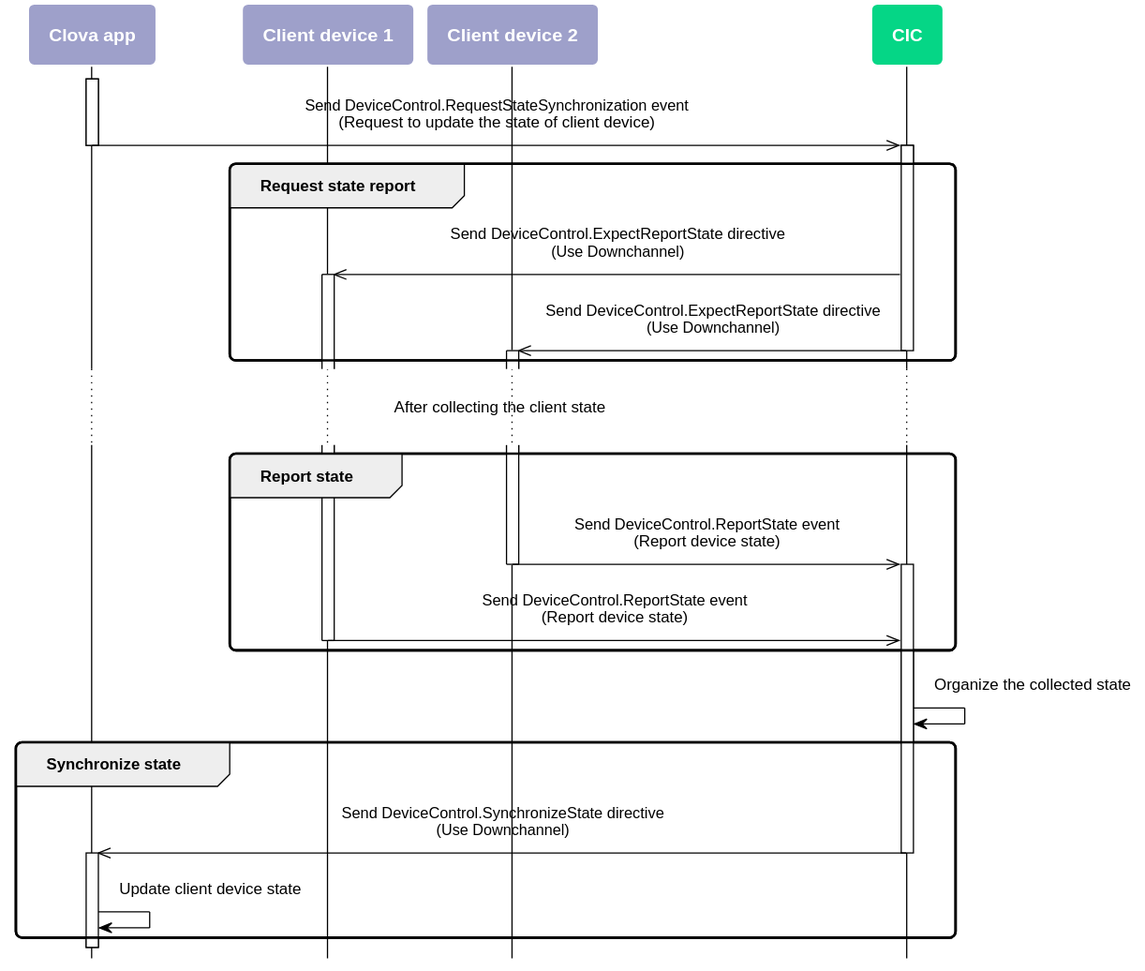
Earlier version of the PlantUML export en-KR/Develop/Assets/Images/CIC_DeviceControl_Work_Flow2.svg (muchokwon/clova-client-developer-guide).
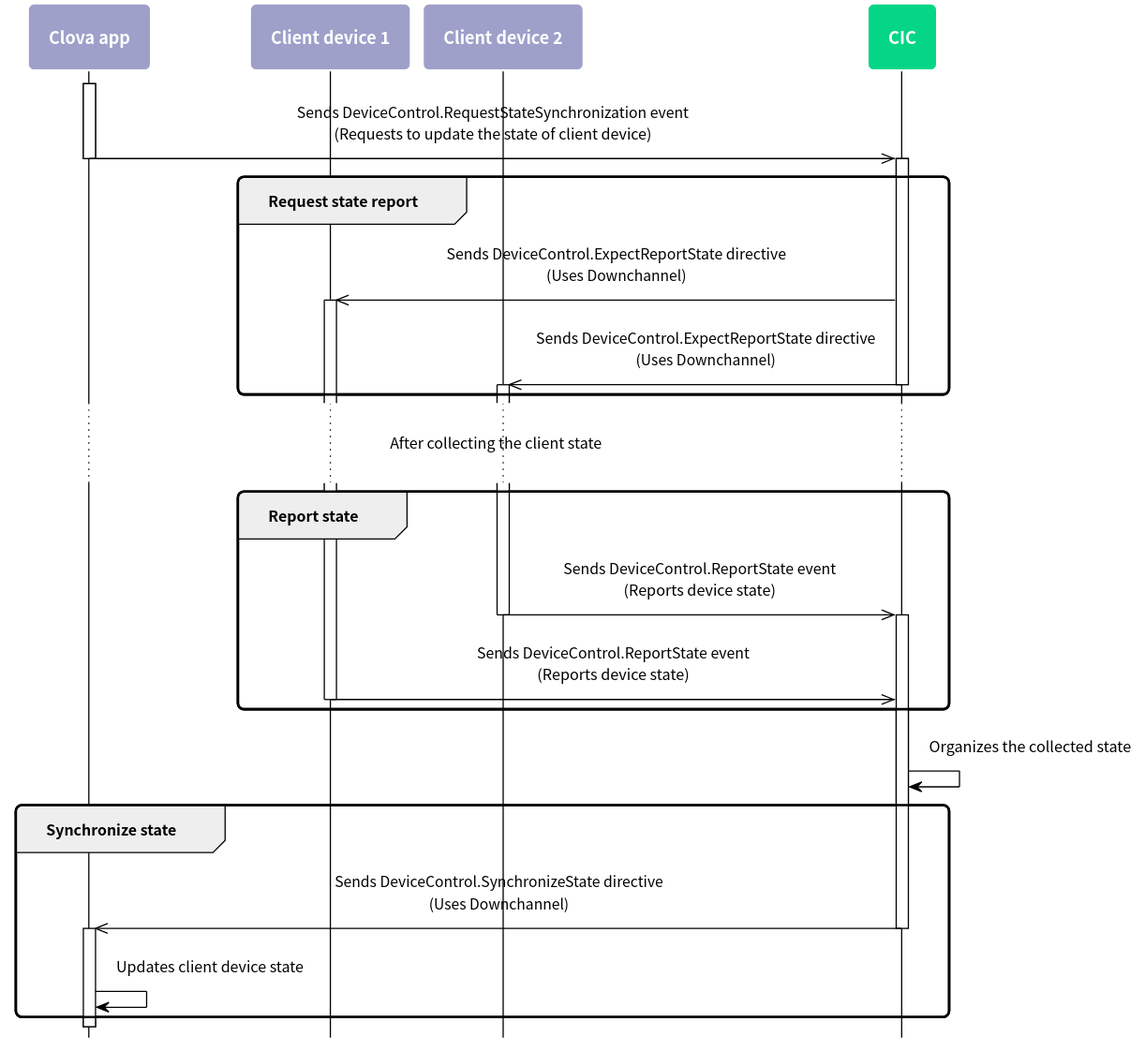
Above is the later version.

Diff of the diagram source:
```diff
@@ -5,31 +5,49 @@
 skinparam roundcorner 10
 skinparam padding 10
 skinparam defaultFontSize 12
+skinparam defaultFontName "Noto Sans CJK KR"
+
+skinparam note {
+  BackgroundColor #9EA0CA
+  BorderColor #ffffff
+  FontColor #ffffff
+  FontSize 14
+  FontStyle bold
+}
+
 skinparam sequence {
-	ArrowColor #000000
-	ActorBorderColor #000000
-	ActorFontStyle Bolder
+  ArrowColor #000000
+  ActorBorderColor #000000
+  ActorFontStyle Bolder
 
-	LifeLineBorderColor #000000
-	LifeLineBackgroundColor transparent
-	ParticipantBorderColor transparent
-	ParticipantFontSize 14
-	ParticipantFontColor #ffffff
-	ParticipantFontStyle bold
 
-	BoxBorderColor #000000
-	BoxFontColor #ffffff
+  LifeLineBorderColor #000000
+  LifeLineBackgroundColor transparent
+  ParticipantBorderColor transparent
+  ParticipantFontSize 14
+  ParticipantFontColor #ffffff
+  ParticipantFontStyle bold
+
+  BoxBorderColor #000000
+  BoxFontColor #ffffff
     BoxFontSize 14
     BoxFontStyle bold
 }
-skinparam note {
-	BackgroundColor #9EA0CA
-	BorderColor #ffffff
-	FontColor #ffffff
-	FontSize 14
-	FontStyle bold
+hide footbox
+
+skinparam activity {
+  BackgroundColor #9EA0CA
+  BarColor #ffffff
+  BorderColor #ffffff
+  DiamondBackgroundColor #05D686
+  DiamondBorderColor #ffffff
+  DiamondFontColor #ffffff
+  DiamondFontSize 14
+  DiamondFontStyle bold
+  FontColor #ffffff
+  FontSize 14
+  FontStyle bold
 }
-hide footbox
 
 participant "Clova app" as ca #9EA0CA
 participant "Client device 1" as cli1 #9EA0CA
@@ -37,17 +55,17 @@
 participant CIC as cic #05D686
 
 activate ca
-  ca ->> cic : Send DeviceControl.RequestStateSynchronization event\n(Request to update the state of client device)
+  ca ->> cic : Sends DeviceControl.RequestStateSynchronization event\n(Requests to update the state of client device)
 deactivate ca
 
 group Request state report
 
   activate cic
 
-    cic ->> cli1 : Send DeviceControl.ExpectReportState directive\n(Use Downchannel)
+    cic ->> cli1 : Sends DeviceControl.ExpectReportState directive\n(Uses Downchannel)
     activate cli1
 
-    cic ->> cli2 : Send DeviceControl.ExpectReportState directive\n(Use Downchannel)
+    cic ->> cli2 : Sends DeviceControl.ExpectReportState directive\n(Uses Downchannel)
   deactivate cic
     activate cli2
 
@@ -57,23 +75,23 @@
 
 group Report state
 
-    cli2 ->> cic : Send DeviceControl.ReportState event\n(Report device state)
+    cli2 ->> cic : Sends DeviceControl.ReportState event\n(Reports device state)
     deactivate cli2
   activate cic
 
-    cli1 ->> cic : Send DeviceControl.ReportState event\n(Report device state)
+    cli1 ->> cic : Sends DeviceControl.ReportState event\n(Reports device state)
     deactivate cli1
 
 end
 
-    cic -> cic : Organize the collected state
+    cic -> cic : Organizes the collected state
 group Synchronize state
 
-    cic ->> ca : Send DeviceControl.SynchronizeState directive\n(Use Downchannel)
+    cic ->> ca : Sends DeviceControl.SynchronizeState directive\n(Uses Downchannel)
 	deactivate cic
     activate ca
 
-    ca -> ca : Update client device state
+    ca -> ca : Updates client device state
 
 end
 
```
